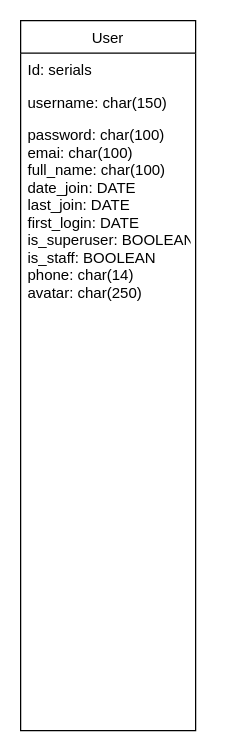
Above: databasediagram.drawio in tonyglaz/mini_social_network_on_django (draw.io), before the change. Source tidied: cells renumbered, new cells numbered last; positions are measured from the earlier drawing's top-left corner, leaving out a move shared by most shapes. Both pictures are drawn from the tidied source at 125%, with x=0, y=0 at pixel (20, 20).
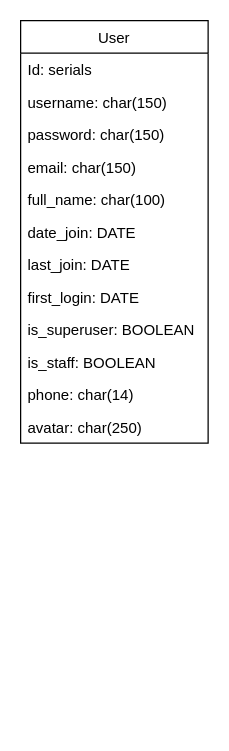
The same page after the edit.

Diff of the diagram source:
```diff
@@
 <mxGraphModel>
   <root>
     <mxCell id="0" />
     <mxCell id="1" parent="0" />
     <mxCell id="2" value="User" style="swimlane;fontStyle=0;horizontal=1;startSize=26;fillColor=none;" parent="1" vertex="1">
-      <mxGeometry width="140" height="568" as="geometry" />
+      <mxGeometry width="150" height="338" as="geometry" />
     </mxCell>
     <mxCell id="3" value="Id: serials" style="text;strokeColor=none;fillColor=none;align=left;verticalAlign=top;spacingLeft=4;spacingRight=4;overflow=hidden;" parent="2" vertex="1">
-      <mxGeometry y="26" width="140" height="26" as="geometry" />
+      <mxGeometry y="26" width="150" height="26" as="geometry" />
     </mxCell>
     <mxCell id="4" value="username: char(150)" style="text;strokeColor=none;fillColor=none;align=left;verticalAlign=top;spacingLeft=4;spacingRight=4;overflow=hidden;" parent="2" vertex="1">
-      <mxGeometry y="52" width="140" height="26" as="geometry" />
+      <mxGeometry y="52" width="150" height="26" as="geometry" />
     </mxCell>
-    <mxCell id="5" value="password: char(100)&#10;emai: char(100)&#10;full_name: char(100)&#10;date_join: DATE&#10;last_join: DATE&#10;first_login: DATE&#10;is_superuser: BOOLEAN&#10;is_staff: BOOLEAN&#10;phone: char(14)&#10;avatar: char(250)" style="text;strokeColor=none;fillColor=none;align=left;verticalAlign=top;spacingLeft=4;spacingRight=4;overflow=hidden;" parent="2" vertex="1">
-      <mxGeometry y="78" width="140" height="490" as="geometry" />
-    </mxCell>
+    <mxCell id="6" value="password: char(150)" style="text;strokeColor=none;fillColor=none;align=left;verticalAlign=top;spacingLeft=4;spacingRight=4;overflow=hidden;" parent="2" vertex="1">
+      <mxGeometry y="78" width="150" height="26" as="geometry" />
+    </mxCell>
+    <mxCell id="7" value="email: char(150)" style="text;strokeColor=none;fillColor=none;align=left;verticalAlign=top;spacingLeft=4;spacingRight=4;overflow=hidden;" parent="2" vertex="1">
+      <mxGeometry y="104" width="150" height="26" as="geometry" />
+    </mxCell>
+    <mxCell id="8" value="full_name: char(100)" style="text;strokeColor=none;fillColor=none;align=left;verticalAlign=top;spacingLeft=4;spacingRight=4;overflow=hidden;" parent="2" vertex="1">
+      <mxGeometry y="130" width="150" height="26" as="geometry" />
+    </mxCell>
+    <mxCell id="9" value="date_join: DATE" style="text;strokeColor=none;fillColor=none;align=left;verticalAlign=top;spacingLeft=4;spacingRight=4;overflow=hidden;" parent="2" vertex="1">
+      <mxGeometry y="156" width="150" height="26" as="geometry" />
+    </mxCell>
+    <mxCell id="10" value="last_join: DATE" style="text;strokeColor=none;fillColor=none;align=left;verticalAlign=top;spacingLeft=4;spacingRight=4;overflow=hidden;" parent="2" vertex="1">
+      <mxGeometry y="182" width="150" height="26" as="geometry" />
+    </mxCell>
+    <mxCell id="11" value="first_login: DATE" style="text;strokeColor=none;fillColor=none;align=left;verticalAlign=top;spacingLeft=4;spacingRight=4;overflow=hidden;" parent="2" vertex="1">
+      <mxGeometry y="208" width="150" height="26" as="geometry" />
+    </mxCell>
+    <mxCell id="12" value="is_superuser: BOOLEAN" style="text;strokeColor=none;fillColor=none;align=left;verticalAlign=top;spacingLeft=4;spacingRight=4;overflow=hidden;" parent="2" vertex="1">
+      <mxGeometry y="234" width="150" height="26" as="geometry" />
+    </mxCell>
+    <mxCell id="13" value="is_staff: BOOLEAN" style="text;strokeColor=none;fillColor=none;align=left;verticalAlign=top;spacingLeft=4;spacingRight=4;overflow=hidden;" parent="2" vertex="1">
+      <mxGeometry y="260" width="150" height="26" as="geometry" />
+    </mxCell>
+    <mxCell id="14" value="phone: char(14)" style="text;strokeColor=none;fillColor=none;align=left;verticalAlign=top;spacingLeft=4;spacingRight=4;overflow=hidden;" parent="2" vertex="1">
+      <mxGeometry y="286" width="150" height="26" as="geometry" />
+    </mxCell>
+    <mxCell id="15" value="avatar: char(250)" style="text;strokeColor=none;fillColor=none;align=left;verticalAlign=top;spacingLeft=4;spacingRight=4;overflow=hidden;" parent="2" vertex="1">
+      <mxGeometry y="312" width="150" height="26" as="geometry" />
+    </mxCell>
   </root>
 </mxGraphModel>
```
